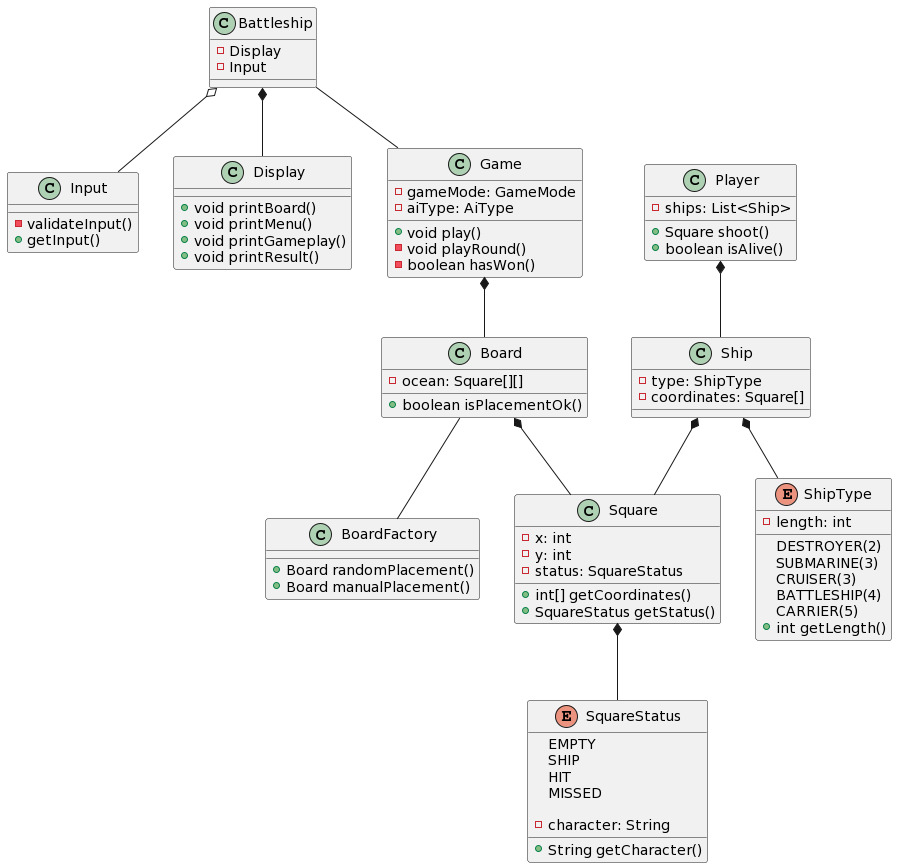
benedekhalaj/battleship-java keeps this PlantUML diagram as uml.png. Above is the earlier version.
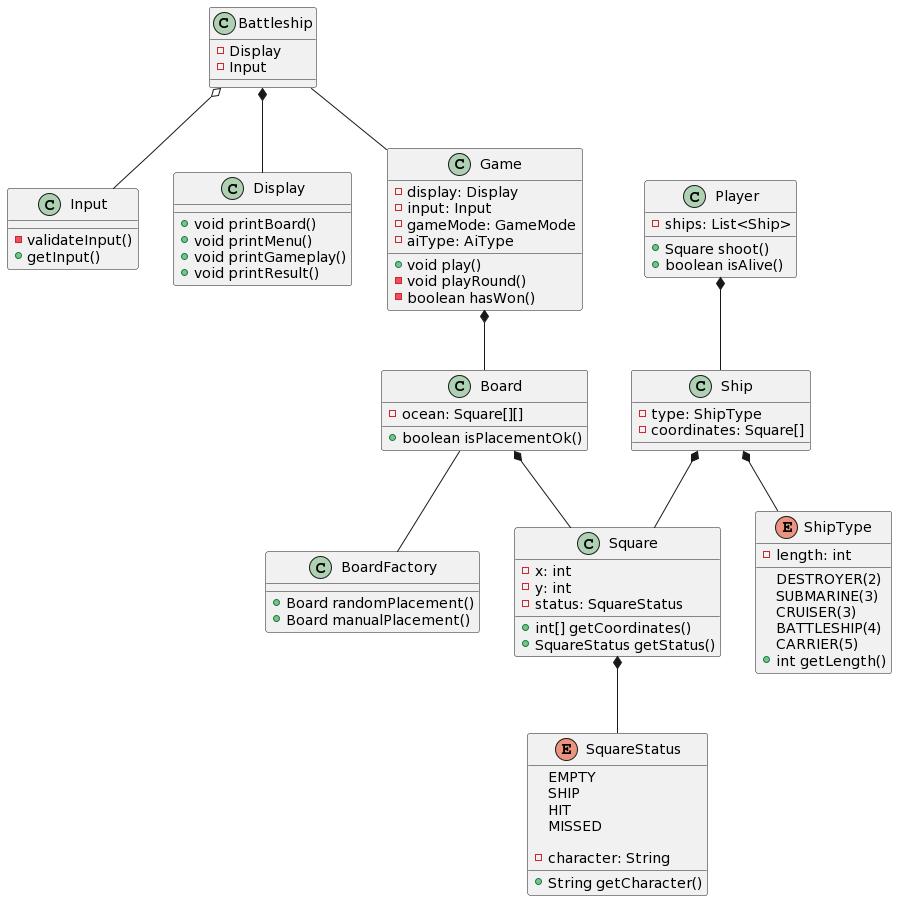
After the change.

Commit message:
Update UML diagram

Diff of the diagram source:
```diff
@@ -15,6 +15,8 @@
 - Input
 }
   class Game {
+- display: Display
+- input: Input
 - gameMode: GameMode
 - aiType: AiType
 + void play()
```
